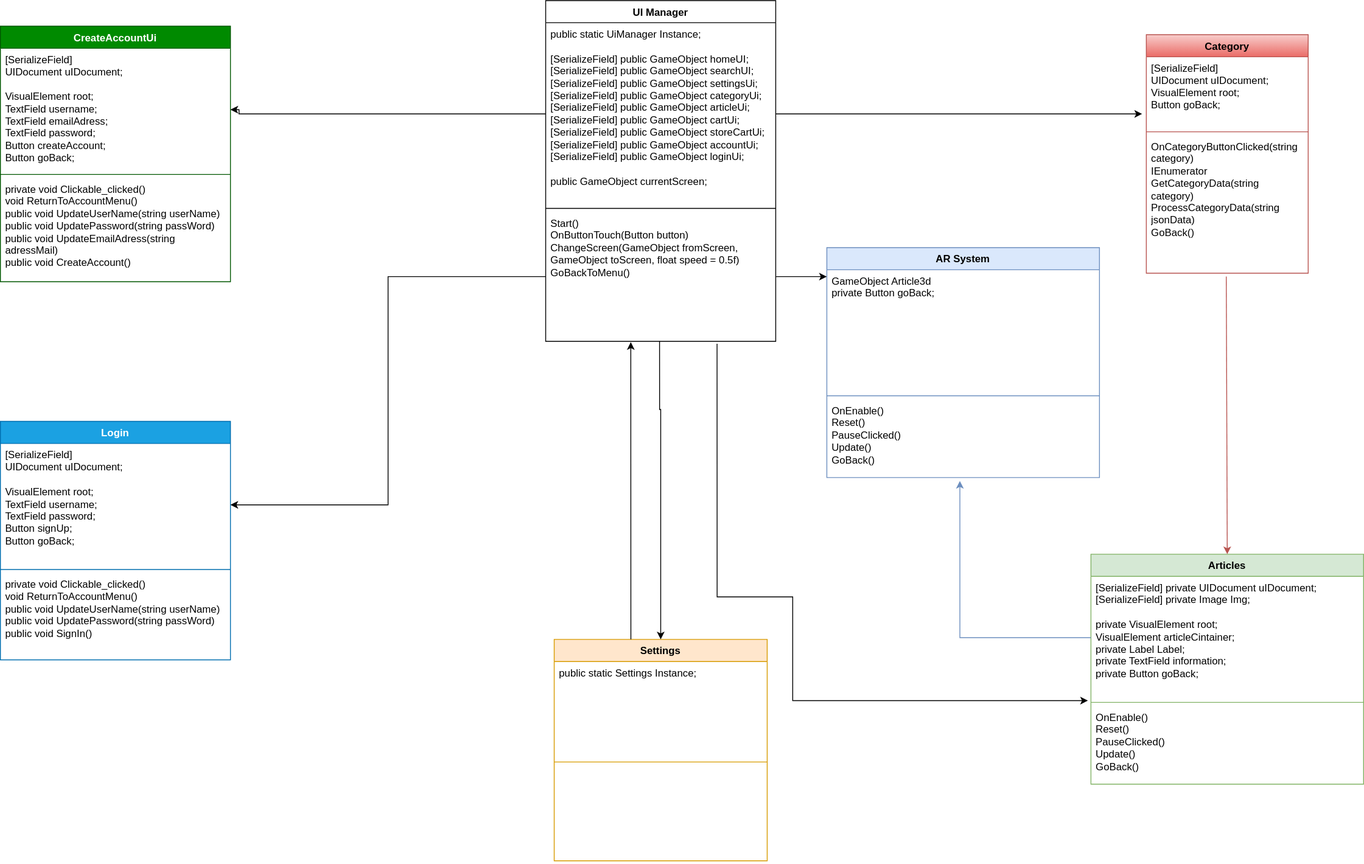
This is DiagrammeClass.drawio.drawio.svg from Ashura100/Projet4, a draw.io export, as it was before one commit. Source tidied: cells renumbered, new cells last; positions are measured from the earlier drawing's top-left corner, leaving out a move shared by most shapes.
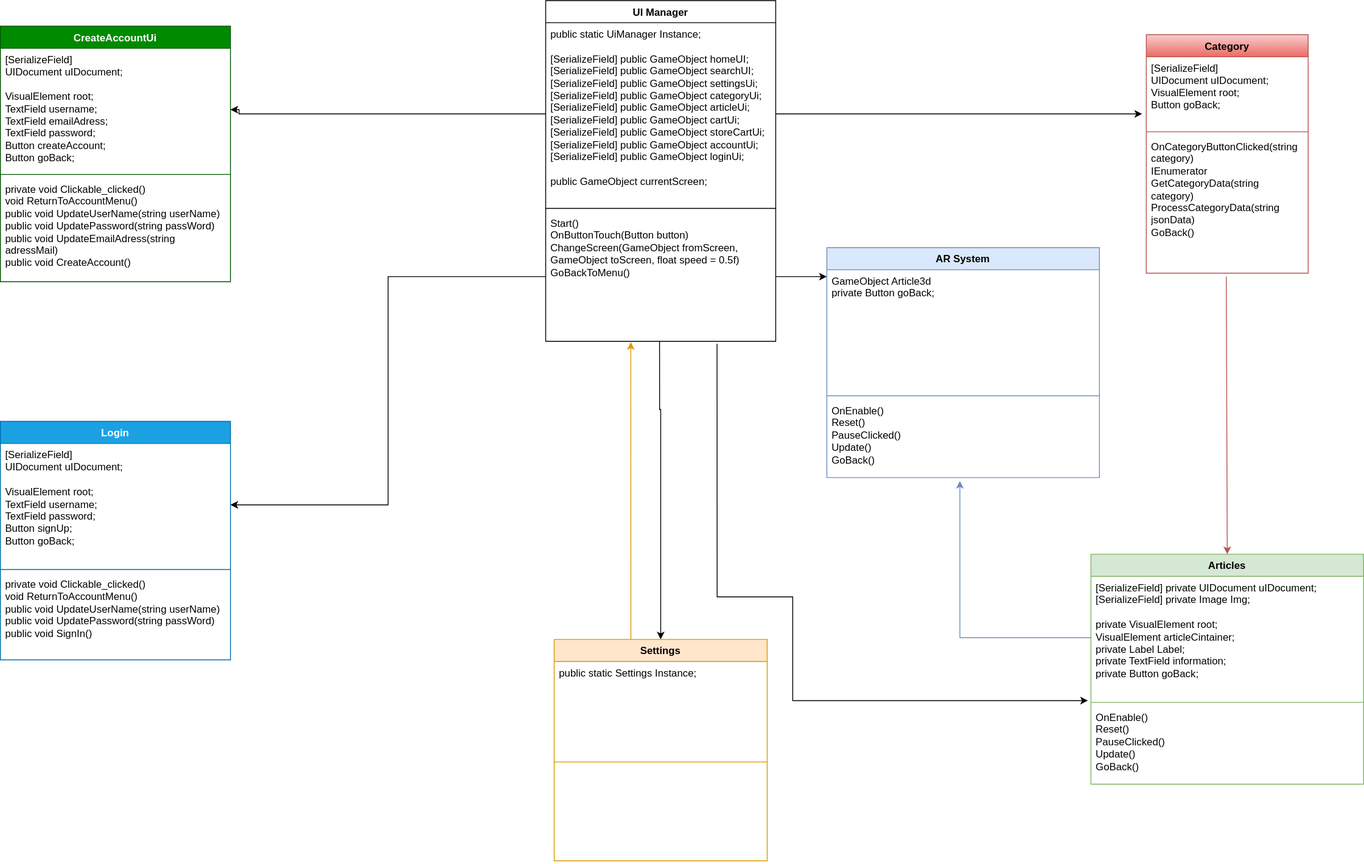
Later version of the same file.

Commit message:
Mettre à jour DiagrammeClass.drawio.drawio.svg

Change to the diagram source:
```diff
@@ -119,7 +119,7 @@
         </Array>
       </mxGeometry>
     </mxCell>
-    <mxCell id="36" style="edgeStyle=orthogonalEdgeStyle;rounded=0;jettySize=auto;html=1;entryX=0.37;entryY=1.006;entryDx=0;entryDy=0;entryPerimeter=0;exitX=0.36;exitY=0;exitDx=0;exitDy=0;exitPerimeter=0;" parent="1" edge="1" source="6" target="5">
+    <mxCell id="36" style="edgeStyle=orthogonalEdgeStyle;rounded=0;jettySize=auto;html=1;entryX=0.37;entryY=1.006;entryDx=0;entryDy=0;entryPerimeter=0;exitX=0.36;exitY=0;exitDx=0;exitDy=0;exitPerimeter=0;fillColor=#ffe6cc;strokeColor=#d79b00;" parent="1" edge="1" source="6" target="5">
       <mxGeometry relative="1" as="geometry" />
     </mxCell>
     <mxCell id="37" style="edgeStyle=orthogonalEdgeStyle;rounded=0;jettySize=auto;html=1;entryX=0.488;entryY=1.043;entryDx=0;entryDy=0;entryPerimeter=0;fillColor=#dae8fc;strokeColor=#6c8ebf;" parent="1" edge="1" source="23" target="29">
```
